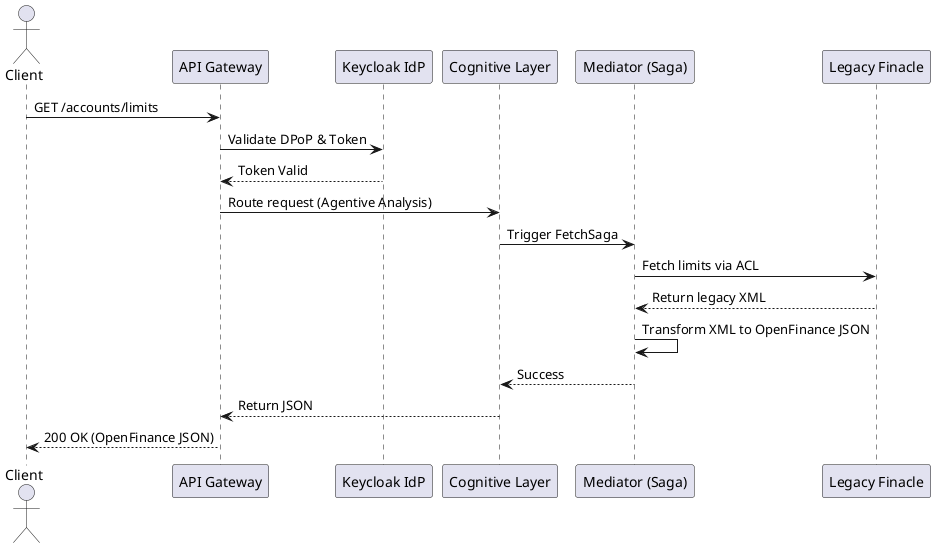
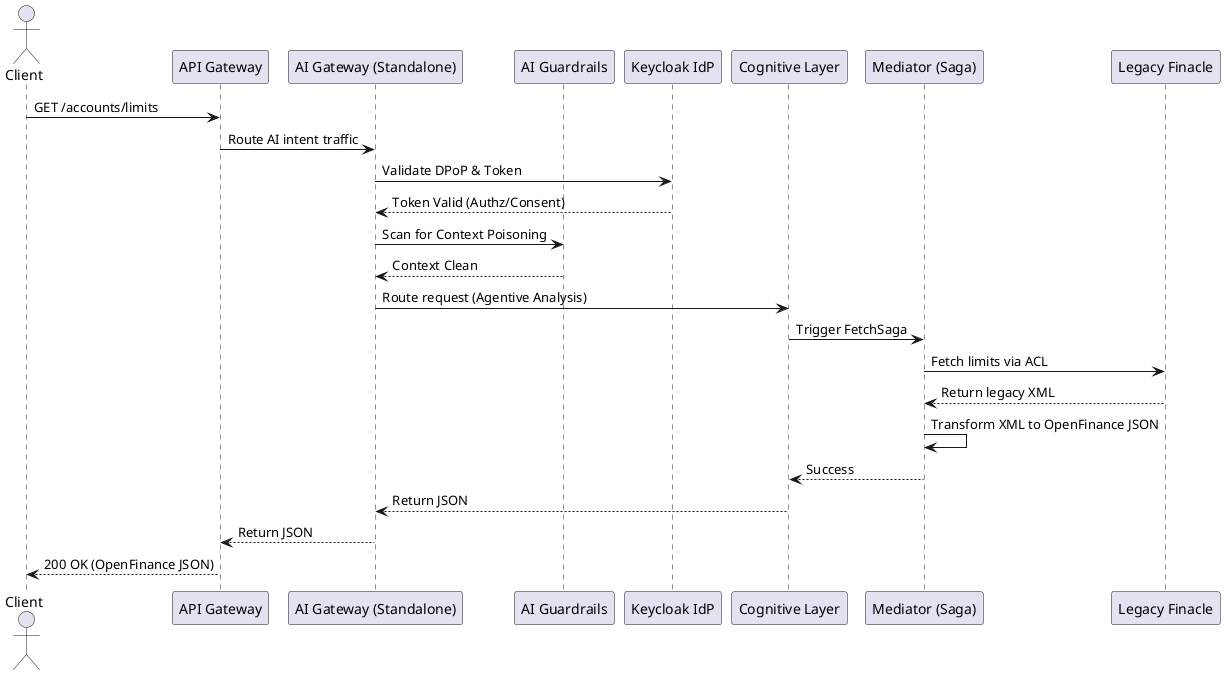
@startuml Sequence_Diagram
actor Client
participant "API Gateway" as GW
+ participant "AI Gateway (Standalone)" as AIGW
+ participant "AI Guardrails" as SEC
participant "Keycloak IdP" as IDP
participant "Cognitive Layer" as COG
participant "Mediator (Saga)" as MED
participant "Legacy Finacle" as LEGACY

Client -> GW : GET /accounts/limits
- GW -> IDP : Validate DPoP & Token
- IDP --> GW : Token Valid
- GW -> COG : Route request (Agentive Analysis)
+ GW -> AIGW : Route AI intent traffic
+ AIGW -> IDP : Validate DPoP & Token
+ IDP --> AIGW : Token Valid (Authz/Consent)
+ AIGW -> SEC : Scan for Context Poisoning
+ SEC --> AIGW : Context Clean
+ AIGW -> COG : Route request (Agentive Analysis)
COG -> MED : Trigger FetchSaga
MED -> LEGACY : Fetch limits via ACL
LEGACY --> MED : Return legacy XML
MED -> MED : Transform XML to OpenFinance JSON
MED --> COG : Success
- COG --> GW : Return JSON
+ COG --> AIGW : Return JSON
+ AIGW --> GW : Return JSON
GW --> Client : 200 OK (OpenFinance JSON)
@enduml
